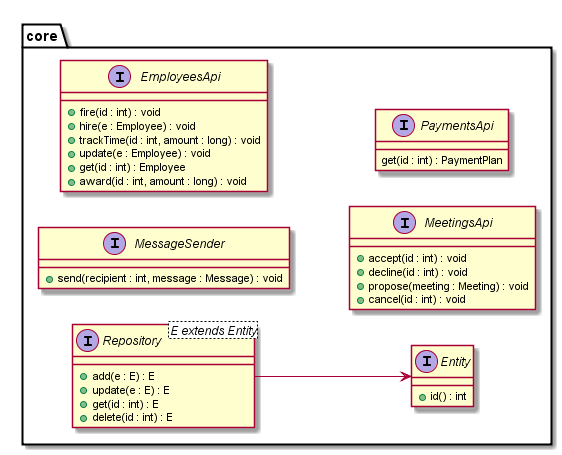
This is diagrams/classes/core.png from JohnKhandygo/employee-managment, a PlantUML export, as it was before one commit.
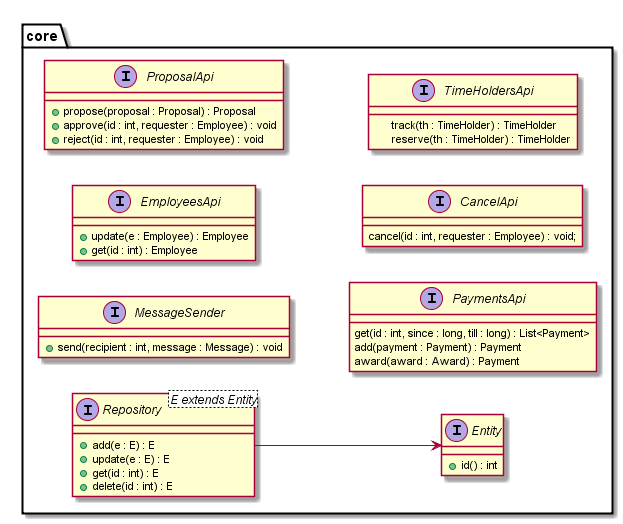
The same file after the commit.

What changed in the source:
```diff
@@ -18,27 +18,36 @@
   + delete(id : int) : E
 }
 
-interface EmployeesApi {
-  + fire(id : int) : void
-  + hire(e : Employee) : void
-  + trackTime(id : int, amount : long) : void
-  + update(e : Employee) : void
-  + get(id : int) : Employee
-  + award(id : int, amount : long) : void
+
+    interface EmployeesApi {
+      + update(e : Employee) : Employee
+      + get(id : int) : Employee
+    }
+
+    interface ProposalApi {
+      + propose(proposal : Proposal) : Proposal
+      + approve(id : int, requester : Employee) : void
+      + reject(id : int, requester : Employee) : void
+    }
+
+    interface PaymentsApi {
+      get(id : int, since : long, till : long) : List<Payment>
+      add(payment : Payment) : Payment
+      award(award : Award) : Payment
+    }
+
+    interface CancelApi {
+      cancel(id : int, requester : Employee) : void;
+    }
+
+    interface TimeHoldersApi {
+
+      track(th : TimeHolder) : TimeHolder
+
+      reserve(th : TimeHolder) : TimeHolder
+    }
 }
 
-interface MeetingsApi {
-  + accept(id : int) : void
-  + decline(id : int) : void
-  + propose(meeting : Meeting) : void
-  + cancel(id : int) : void
-}
-
-interface PaymentsApi {
-  get(id : int) : PaymentPlan
-}
 
 Repository --> Entity
-}
-
 @enduml
```
